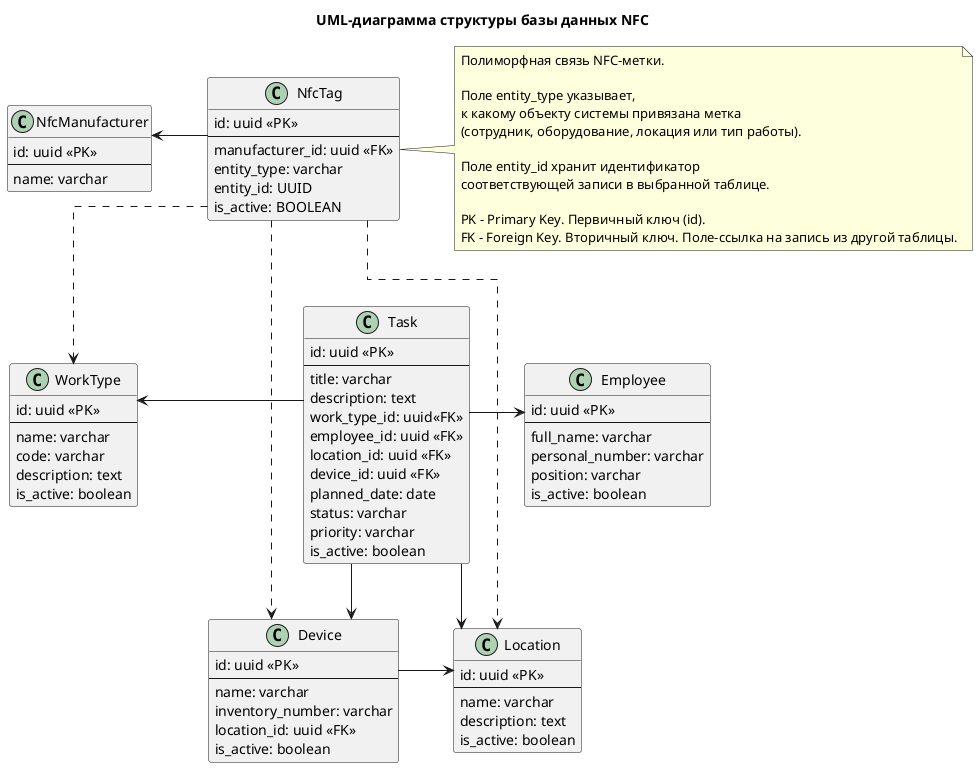
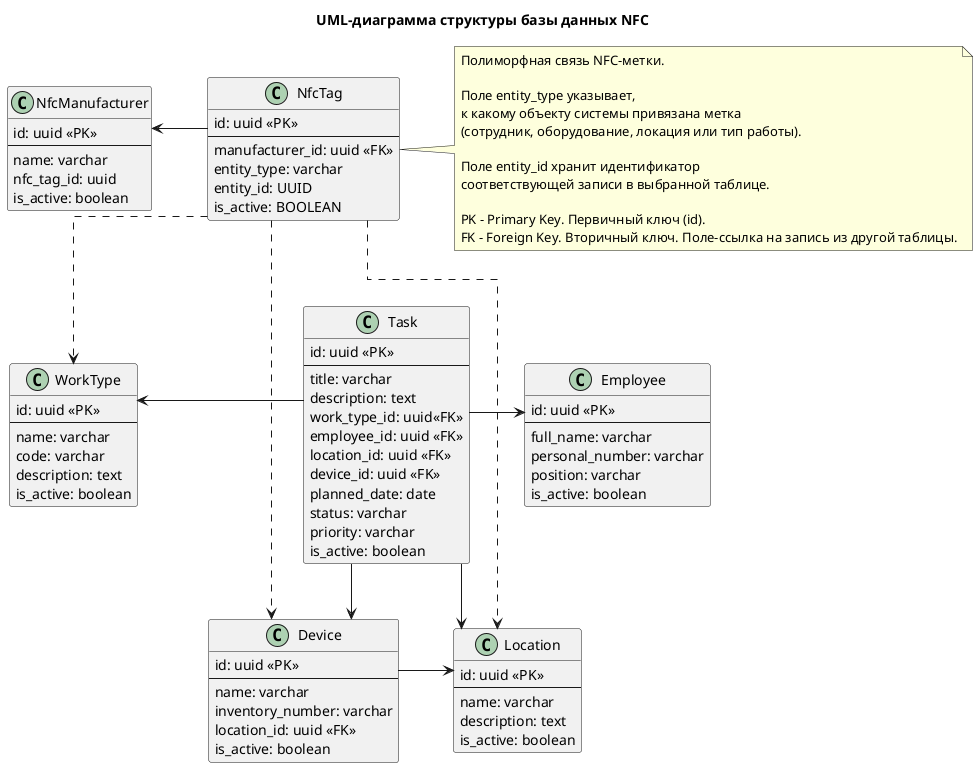
@startuml
title UML-диаграмма структуры базы данных NFC

top to bottom direction

skinparam classAttributeIconSize 0
skinparam linetype ortho
skinparam nodesep 55
skinparam ranksep 55

class NfcTag {
    id: uuid <<PK>>
    --
    manufacturer_id: uuid <<FK>>
    entity_type: varchar
    entity_id: UUID
    is_active: BOOLEAN
}

class WorkType {
    id: uuid <<PK>>
    --
    name: varchar
    code: varchar
    description: text
    is_active: boolean
}

class Employee {
    id: uuid <<PK>>
    --
    full_name: varchar
    personal_number: varchar
    position: varchar
    is_active: boolean
}

class Task {
    id: uuid <<PK>>
    --
    title: varchar
    description: text
    work_type_id: uuid<<FK>>
    employee_id: uuid <<FK>>
    location_id: uuid <<FK>>
    device_id: uuid <<FK>>
    planned_date: date
    status: varchar
    priority: varchar
    is_active: boolean
}

class Device {
    id: uuid <<PK>>
    --
    name: varchar
    inventory_number: varchar
    location_id: uuid <<FK>>
    is_active: boolean
}

class Location {
    id: uuid <<PK>>
    --
    name: varchar
    description: text
    is_active: boolean
}

class NfcManufacturer {
    id: uuid <<PK>>
    --
    name: varchar
+     nfc_tag_id: uuid
+     is_active: boolean
}

Task -left-> WorkType
Task -right-> Employee
Task -down-> Device
Task -down-> Location
NfcTag -left-> NfcManufacturer

NfcTag ..> Device
NfcTag ..> Location
NfcTag ..> WorkType

Device -right-> Location

note right of NfcTag
  Полиморфная связь NFC-метки.

  Поле entity_type указывает,
  к какому объекту системы привязана метка
  (сотрудник, оборудование, локация или тип работы).

  Поле entity_id хранит идентификатор
  соответствующей записи в выбранной таблице.

  PK - Primary Key. Первичный ключ (id).
  FK - Foreign Key. Вторичный ключ. Поле-ссылка на запись из другой таблицы.
end note

WorkType -[hidden]right-> Task
Task -[hidden]right-> Employee

Device -[hidden]right-> Location

NfcTag -[hidden]down-> Task
WorkType -[hidden]down-> Device
Employee -[hidden]down-> Location

NfcManufacturer -[hidden]right-> NfcTag

@enduml